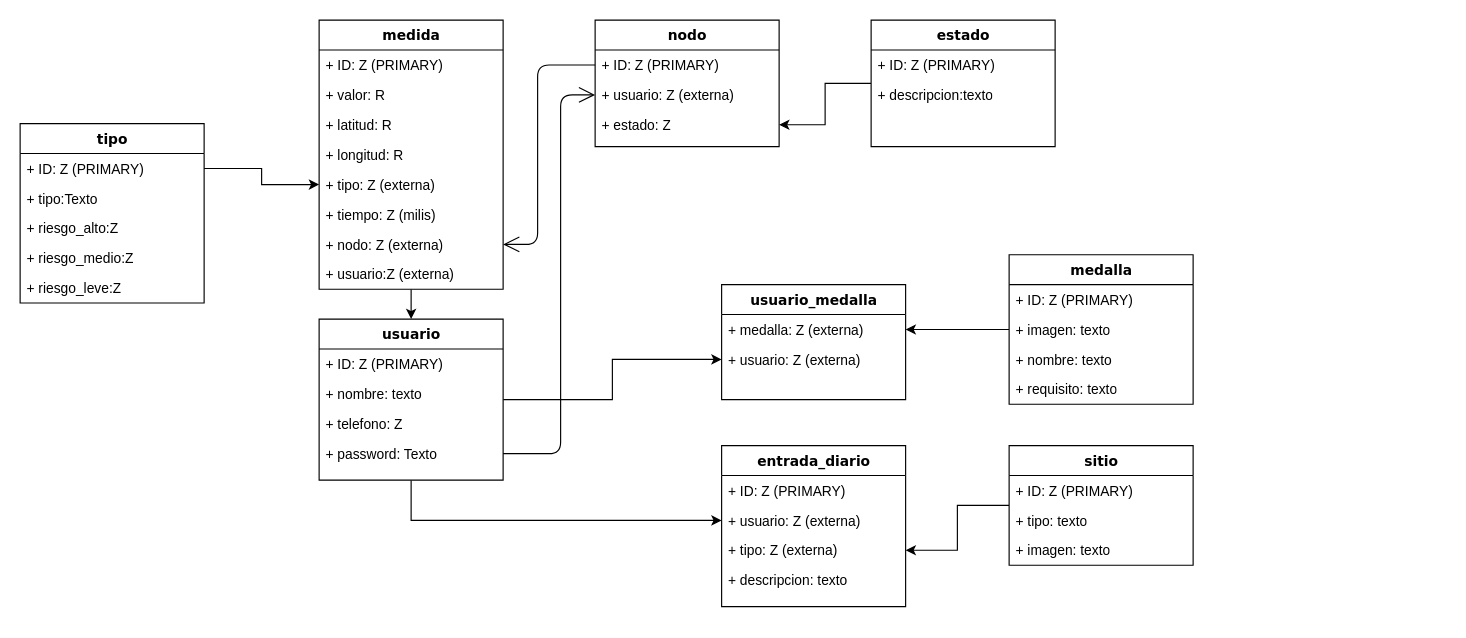
pdepau/TerrenoEco_Backend keeps this draw.io diagram as docs/BBDD_M1.drawio. Above is the earlier version. Source tidied: cells renumbered, new cells numbered last; positions are measured from the earlier drawing's top-left corner, leaving out a move shared by most shapes. Both pictures are drawn from the tidied source at 115%, with x=0, y=0 at pixel (20, 20).
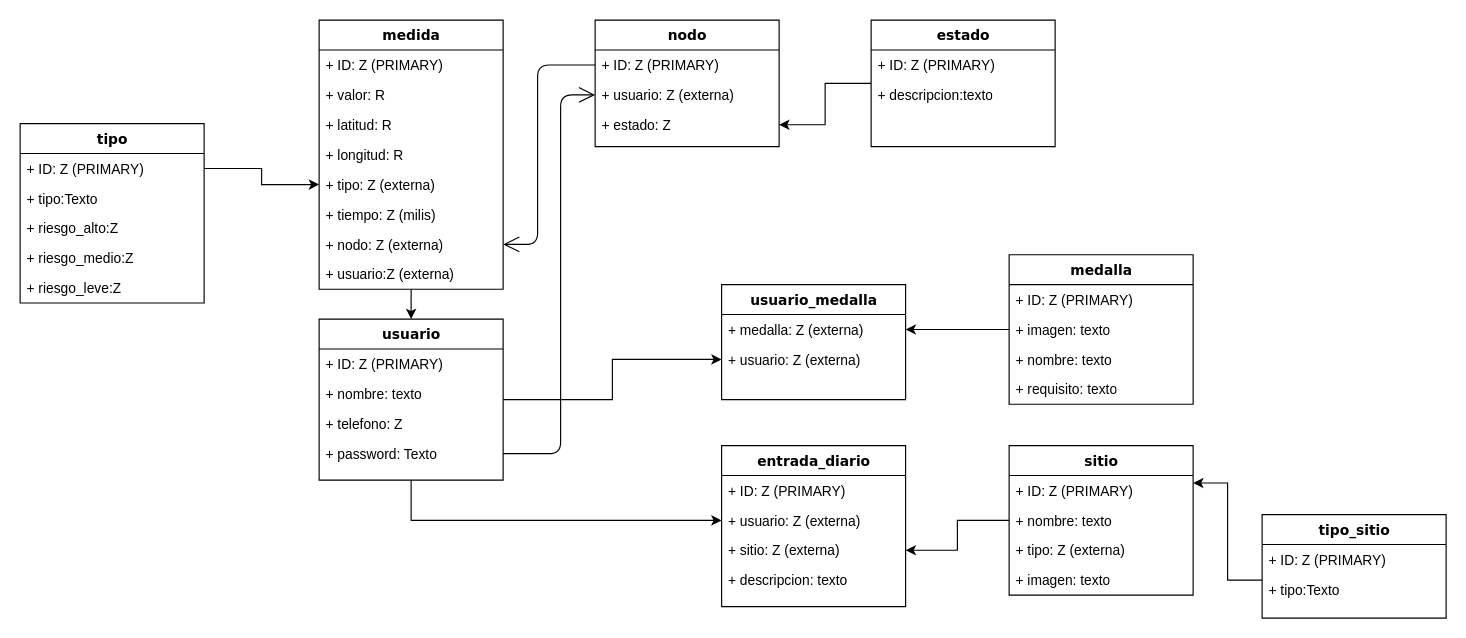
After the change.

Unchanged cells that the change refers to:
```xml
<mxCell id="40" value="entrada_diario" style="swimlane;html=1;fontStyle=1;align=center;verticalAlign=top;horizontal=1;startSize=26;swimlaneFillColor=#ffffff;rounded=0;shadow=0;comic=0;labelBackgroundColor=none;strokeWidth=1;fillColor=none;fontFamily=Verdana;fontSize=12;" parent="1" vertex="1">
  <mxGeometry x="610" y="370" width="160" height="140" as="geometry" />
</mxCell>
```

Change to the diagram source:
```diff
@@
-    <mxCell id="43" value="+ tipo: Z (externa)" style="text;html=1;strokeColor=none;fillColor=none;align=left;verticalAlign=top;spacingLeft=4;spacingRight=4;whiteSpace=wrap;overflow=hidden;points=[[0,0.5],[1,0.5]];portConstraint=eastwest;" parent="40" vertex="1">
+    <mxCell id="43" value="+ sitio: Z (externa)" style="text;html=1;strokeColor=none;fillColor=none;align=left;verticalAlign=top;spacingLeft=4;spacingRight=4;whiteSpace=wrap;overflow=hidden;points=[[0,0.5],[1,0.5]];portConstraint=eastwest;" parent="40" vertex="1">
       <mxGeometry y="78" width="160" height="26" as="geometry" />
     </mxCell>
@@
     <mxCell id="46" value="sitio" style="swimlane;html=1;fontStyle=1;align=center;verticalAlign=top;horizontal=1;startSize=26;swimlaneFillColor=#ffffff;rounded=0;shadow=0;comic=0;labelBackgroundColor=none;strokeWidth=1;fillColor=none;fontFamily=Verdana;fontSize=12;" parent="1" vertex="1">
-      <mxGeometry x="860" y="370" width="160" height="104" as="geometry" />
+      <mxGeometry x="860" y="370" width="160" height="130" as="geometry" />
     </mxCell>
@@
+    <mxCell id="55" value="+ nombre: texto" style="text;html=1;strokeColor=none;fillColor=none;align=left;verticalAlign=top;spacingLeft=4;spacingRight=4;whiteSpace=wrap;overflow=hidden;" parent="46" vertex="1">
+      <mxGeometry y="52" width="160" height="26" as="geometry" />
+    </mxCell>
-    <mxCell id="48" value="+ tipo: texto" style="text;html=1;strokeColor=none;fillColor=none;align=left;verticalAlign=top;spacingLeft=4;spacingRight=4;whiteSpace=wrap;overflow=hidden;" parent="46" vertex="1">
-      <mxGeometry y="52" width="160" height="26" as="geometry" />
+    <mxCell id="48" value="+ tipo: Z (externa)" style="text;html=1;strokeColor=none;fillColor=none;align=left;verticalAlign=top;spacingLeft=4;spacingRight=4;whiteSpace=wrap;overflow=hidden;" parent="46" vertex="1">
+      <mxGeometry y="78" width="160" height="26" as="geometry" />
     </mxCell>
     <mxCell id="49" value="+ imagen: texto" style="text;html=1;strokeColor=none;fillColor=none;align=left;verticalAlign=top;spacingLeft=4;spacingRight=4;whiteSpace=wrap;overflow=hidden;" parent="46" vertex="1">
-      <mxGeometry y="78" width="160" height="26" as="geometry" />
+      <mxGeometry y="104" width="160" height="26" as="geometry" />
     </mxCell>
@@
+    <mxCell id="56" style="edgeStyle=orthogonalEdgeStyle;rounded=0;jettySize=auto;html=1;entryX=1;entryY=0.25;entryDx=0;entryDy=0;" parent="1" edge="1" source="57" target="46">
+      <mxGeometry relative="1" as="geometry">
+        <Array as="points">
+          <mxPoint x="1050" y="487" />
+          <mxPoint x="1050" y="402" />
+        </Array>
+      </mxGeometry>
+    </mxCell>
+    <mxCell id="57" value="tipo_sitio" style="swimlane;html=1;fontStyle=1;align=center;verticalAlign=top;horizontal=1;startSize=26;swimlaneFillColor=#ffffff;rounded=0;shadow=0;comic=0;labelBackgroundColor=none;strokeWidth=1;fillColor=none;fontFamily=Verdana;fontSize=12;" parent="1" vertex="1">
+      <mxGeometry x="1080" y="430" width="160" height="90" as="geometry" />
+    </mxCell>
+    <mxCell id="58" value="+ ID: Z (PRIMARY)" style="text;html=1;strokeColor=none;fillColor=none;align=left;verticalAlign=top;spacingLeft=4;spacingRight=4;whiteSpace=wrap;overflow=hidden;" parent="57" vertex="1">
+      <mxGeometry y="26" width="160" height="26" as="geometry" />
+    </mxCell>
+    <mxCell id="59" value="+ tipo:Texto" style="text;html=1;strokeColor=none;fillColor=none;align=left;verticalAlign=top;spacingLeft=4;spacingRight=4;whiteSpace=wrap;overflow=hidden;" parent="57" vertex="1">
+      <mxGeometry y="52" width="160" height="26" as="geometry" />
+    </mxCell>
```
